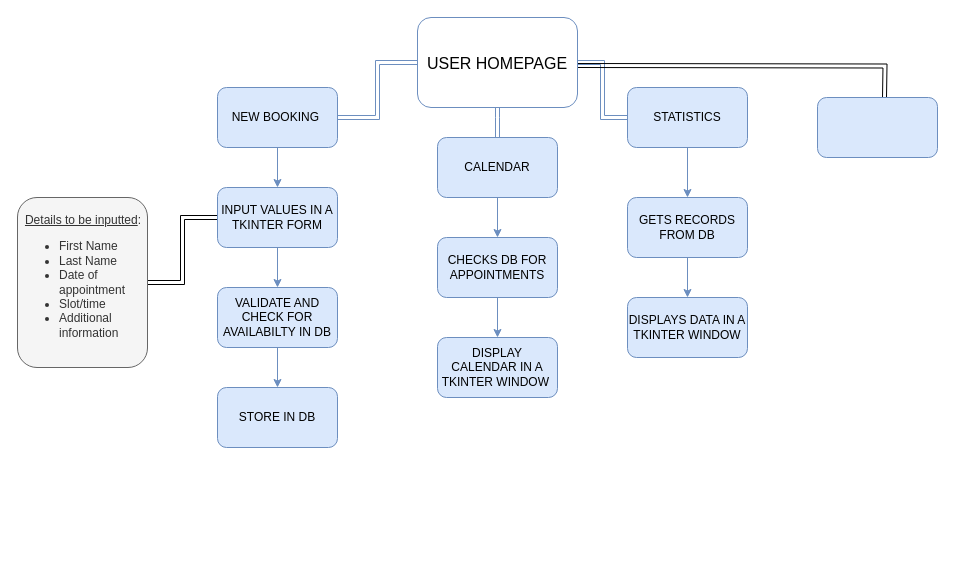
Earlier version of the draw.io diagram user decomposition.drawio (B34427/ComputingProject). Source tidied: cells renumbered, new cells numbered last; positions are measured from the earlier drawing's top-left corner, leaving out a move shared by most shapes. Both pictures are drawn from the tidied source at 100%, with x=0, y=0 at pixel (17, 17).
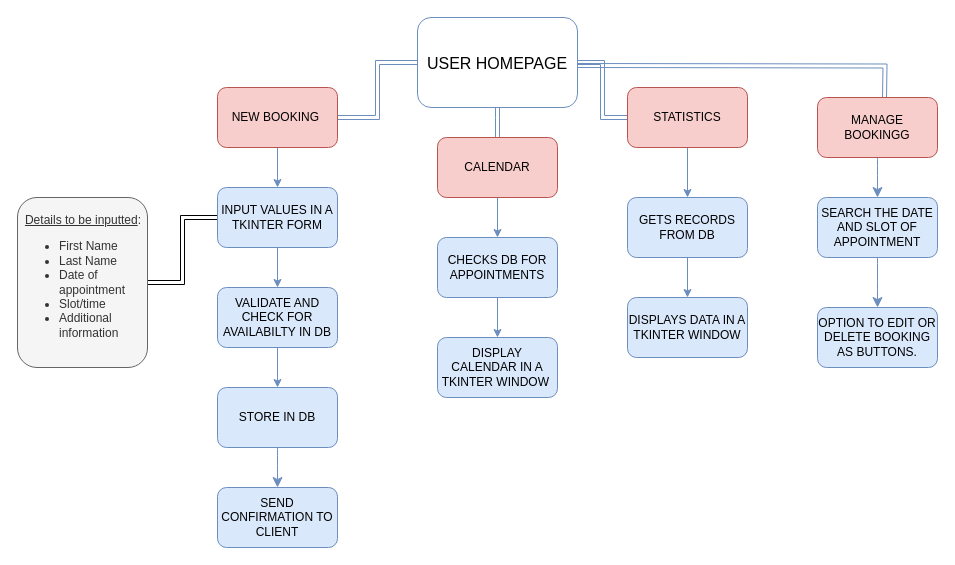
The same diagram, later.

Unchanged cells that the change refers to:
```xml
<mxCell id="18" value="STORE IN DB" style="whiteSpace=wrap;html=1;rounded=1;align=center;fillColor=#dae8fc;strokeColor=#6c8ebf;" parent="1" vertex="1">
  <mxGeometry x="200" y="370" width="120" height="60" as="geometry" />
</mxCell>
```

Change to the diagram source:
```diff
@@
-    <mxCell id="5" style="rounded=0;orthogonalLoop=1;jettySize=auto;html=1;shape=link;elbow=vertical;edgeStyle=orthogonalEdgeStyle;entryX=0.558;entryY=-0.05;entryDx=0;entryDy=0;entryPerimeter=0;" parent="1" edge="1">
+    <mxCell id="5" style="rounded=0;orthogonalLoop=1;jettySize=auto;html=1;shape=link;elbow=vertical;edgeStyle=orthogonalEdgeStyle;entryX=0.558;entryY=-0.05;entryDx=0;entryDy=0;entryPerimeter=0;fillColor=#dae8fc;strokeColor=#6c8ebf;" parent="1" edge="1">
       <mxGeometry relative="1" as="geometry">
         <mxPoint x="560" y="48" as="sourcePoint" />
         <mxPoint x="867" y="80" as="targetPoint" />
       </mxGeometry>
     </mxCell>
@@
-    <mxCell id="8" value="NEW BOOKING&amp;nbsp;" style="whiteSpace=wrap;html=1;rounded=1;align=center;fillColor=#dae8fc;strokeColor=#6c8ebf;" parent="1" vertex="1">
+    <mxCell id="8" value="NEW BOOKING&amp;nbsp;" style="whiteSpace=wrap;html=1;rounded=1;align=center;fillColor=#f8cecc;strokeColor=#b85450;" parent="1" vertex="1">
       <mxGeometry x="200" y="70" width="120" height="60" as="geometry" />
     </mxCell>
@@
-    <mxCell id="10" value="STATISTICS" style="whiteSpace=wrap;html=1;rounded=1;fillColor=#dae8fc;strokeColor=#6c8ebf;" parent="1" vertex="1">
+    <mxCell id="10" value="STATISTICS" style="whiteSpace=wrap;html=1;rounded=1;fillColor=#f8cecc;strokeColor=#b85450;" parent="1" vertex="1">
       <mxGeometry x="610" y="70" width="120" height="60" as="geometry" />
     </mxCell>
@@
-    <mxCell id="12" value="CALENDAR" style="whiteSpace=wrap;html=1;rounded=1;fillColor=#dae8fc;strokeColor=#6c8ebf;" parent="1" vertex="1">
+    <mxCell id="12" value="CALENDAR" style="whiteSpace=wrap;html=1;rounded=1;fillColor=#f8cecc;strokeColor=#b85450;" parent="1" vertex="1">
       <mxGeometry x="420" y="120" width="120" height="60" as="geometry" />
     </mxCell>
@@
+    <mxCell id="27" style="edgeStyle=none;curved=1;rounded=0;jettySize=auto;html=1;fontSize=12;startSize=8;endSize=8;fillColor=#dae8fc;strokeColor=#6c8ebf;" parent="1" edge="1" source="18" target="32">
+      <mxGeometry relative="1" as="geometry" />
+    </mxCell>
@@
+    <mxCell id="28" style="edgeStyle=none;curved=1;rounded=0;jettySize=auto;html=1;fontSize=12;startSize=8;endSize=8;fillColor=#dae8fc;strokeColor=#6c8ebf;" parent="1" edge="1" source="26" target="30">
+      <mxGeometry relative="1" as="geometry" />
+    </mxCell>
-    <mxCell id="26" style="whiteSpace=wrap;html=1;fontSize=16;fillColor=#dae8fc;strokeColor=#6c8ebf;rounded=1;" parent="1" vertex="1">
+    <mxCell id="26" value="MANAGE BOOKINGG" style="whiteSpace=wrap;html=1;fontSize=12;fillColor=#f8cecc;strokeColor=#b85450;rounded=1;" parent="1" vertex="1">
       <mxGeometry x="800" y="80" width="120" height="60" as="geometry" />
     </mxCell>
+    <mxCell id="29" style="edgeStyle=none;curved=1;rounded=0;jettySize=auto;html=1;fontSize=12;startSize=8;endSize=8;fillColor=#dae8fc;strokeColor=#6c8ebf;" parent="1" edge="1" source="30" target="31">
+      <mxGeometry relative="1" as="geometry" />
+    </mxCell>
+    <mxCell id="30" value="SEARCH THE DATE AND SLOT OF APPOINTMENT" style="whiteSpace=wrap;html=1;fillColor=#dae8fc;strokeColor=#6c8ebf;rounded=1;" parent="1" vertex="1">
+      <mxGeometry x="800" y="180" width="120" height="60" as="geometry" />
+    </mxCell>
+    <mxCell id="31" value="OPTION TO EDIT OR DELETE BOOKING AS BUTTONS." style="whiteSpace=wrap;html=1;fillColor=#dae8fc;strokeColor=#6c8ebf;rounded=1;" parent="1" vertex="1">
+      <mxGeometry x="800" y="290" width="120" height="60" as="geometry" />
+    </mxCell>
+    <mxCell id="32" value="SEND CONFIRMATION TO CLIENT" style="whiteSpace=wrap;html=1;fillColor=#dae8fc;strokeColor=#6c8ebf;rounded=1;" parent="1" vertex="1">
+      <mxGeometry x="200" y="470" width="120" height="60" as="geometry" />
+    </mxCell>
```
